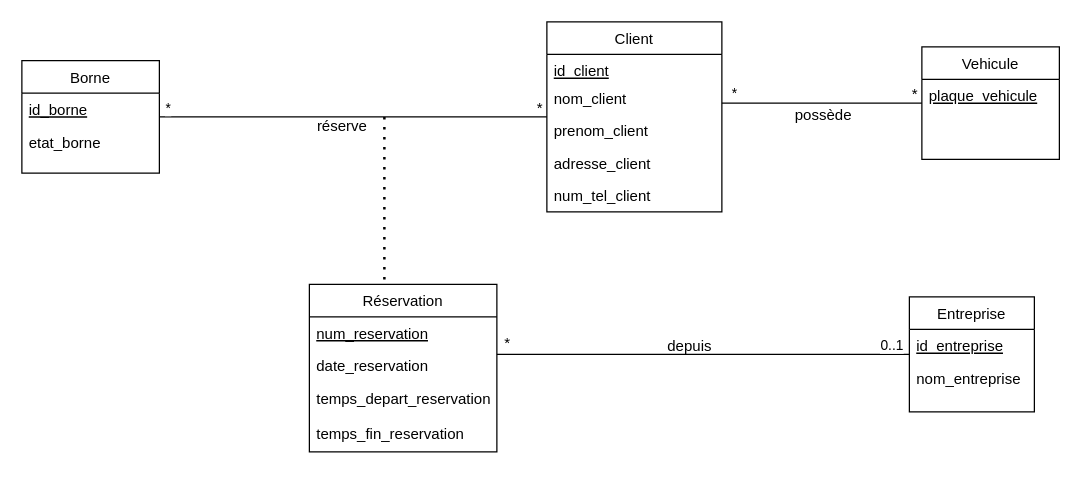
Igniiis/Genie_logiciel keeps this draw.io diagram as base de données.drawio. Above is the earlier version. Source tidied: cells renumbered, new cells numbered last; positions are measured from the earlier drawing's top-left corner, leaving out a move shared by most shapes. Both pictures are drawn from the tidied source at 125%, with x=0, y=0 at pixel (21, 21).
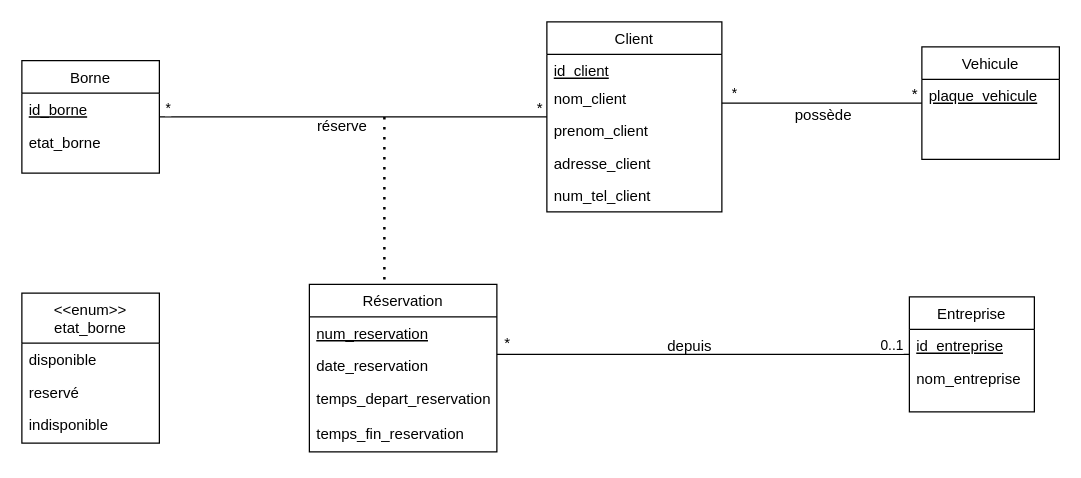
The same diagram, later.

Commit message:
Mettre à jour base de données.drawio

What changed in the source:
```diff
@@
+    <mxCell id="34" value="&lt;&lt;enum&gt;&gt;&#10;etat_borne" style="swimlane;fontStyle=0;align=center;verticalAlign=top;horizontal=1;startSize=40;rounded=0;shadow=0;strokeWidth=1;" parent="1" vertex="1">
+      <mxGeometry y="217" width="110" height="120" as="geometry" />
+    </mxCell>
+    <mxCell id="35" value="disponible" style="text;align=left;verticalAlign=top;spacingLeft=4;spacingRight=4;overflow=hidden;rounded=0;shadow=0;html=0;" parent="34" vertex="1">
+      <mxGeometry y="40" width="110" height="26" as="geometry" />
+    </mxCell>
+    <mxCell id="36" value="reservé" style="text;align=left;verticalAlign=top;spacingLeft=4;spacingRight=4;overflow=hidden;rounded=0;shadow=0;html=0;" parent="34" vertex="1">
+      <mxGeometry y="66" width="110" height="26" as="geometry" />
+    </mxCell>
+    <mxCell id="37" value="indisponible" style="text;align=left;verticalAlign=top;spacingLeft=4;spacingRight=4;overflow=hidden;rounded=0;shadow=0;html=0;" parent="34" vertex="1">
+      <mxGeometry y="92" width="110" height="26" as="geometry" />
+    </mxCell>
```
